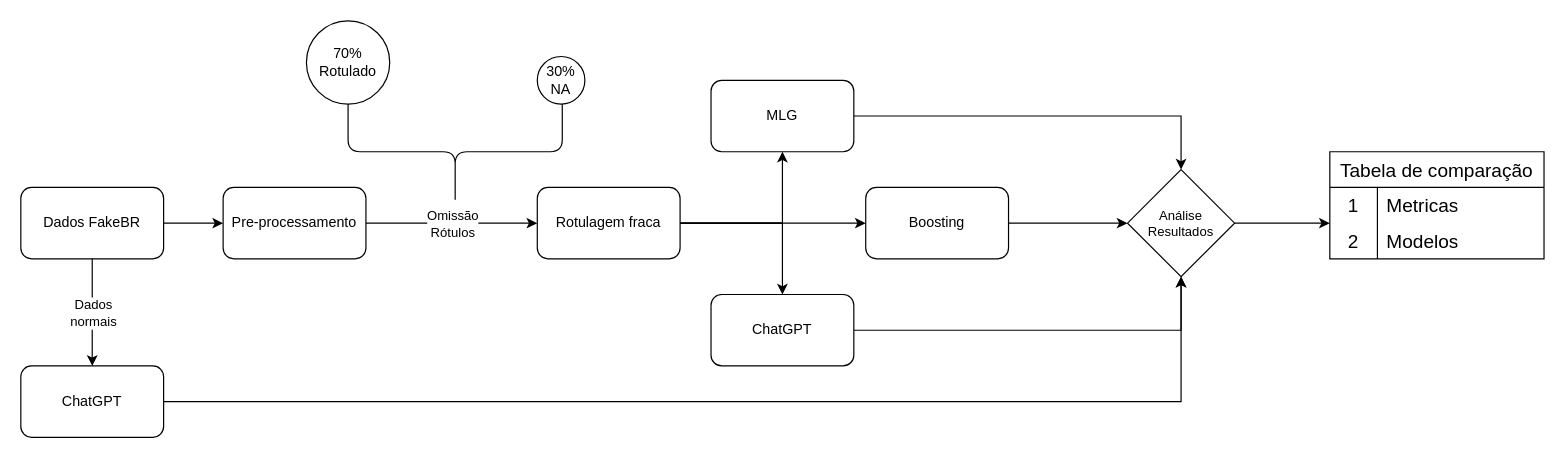
This is Tcc.drawio from garlosh/tcc, a draw.io file, before an edit. Source tidied: cells renumbered, new cells numbered last; positions are measured from the earlier drawing's top-left corner, leaving out a move shared by most shapes. Both pictures are drawn from the tidied source at 119%, with x=0, y=0 at pixel (20, 20).
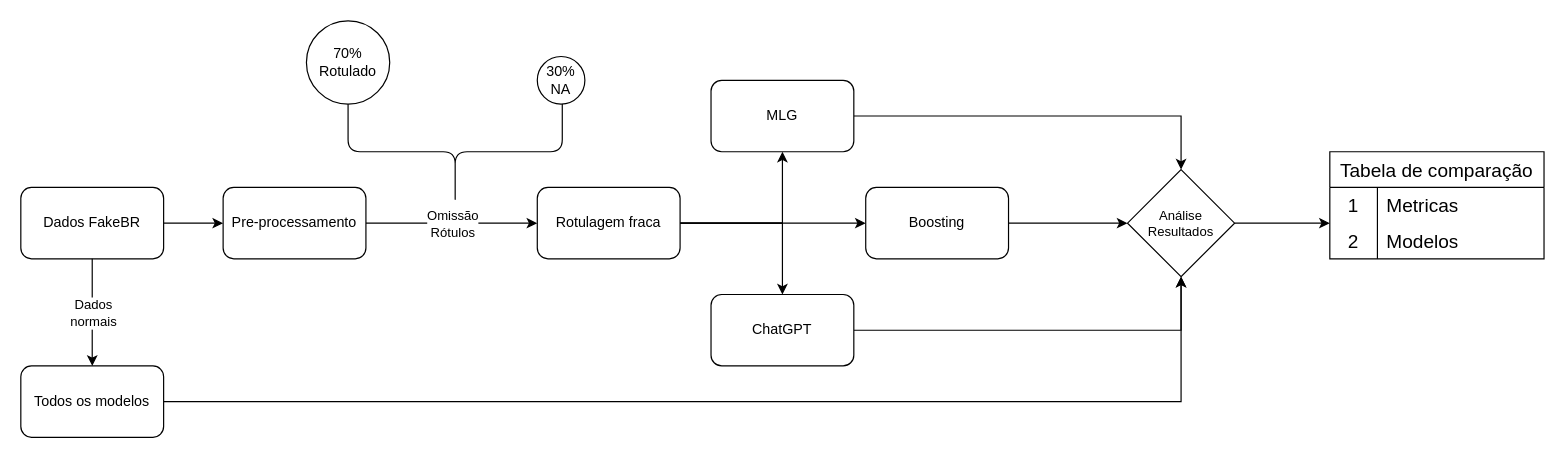
The same diagram, later.

Diff of the diagram source:
```diff
@@
-    <mxCell id="19" value="ChatGPT" style="rounded=1;whiteSpace=wrap;html=1;" parent="1" vertex="1">
+    <mxCell id="19" value="Todos os modelos" style="rounded=1;whiteSpace=wrap;html=1;" parent="1" vertex="1">
       <mxGeometry y="290" width="120" height="60" as="geometry" />
     </mxCell>
```
